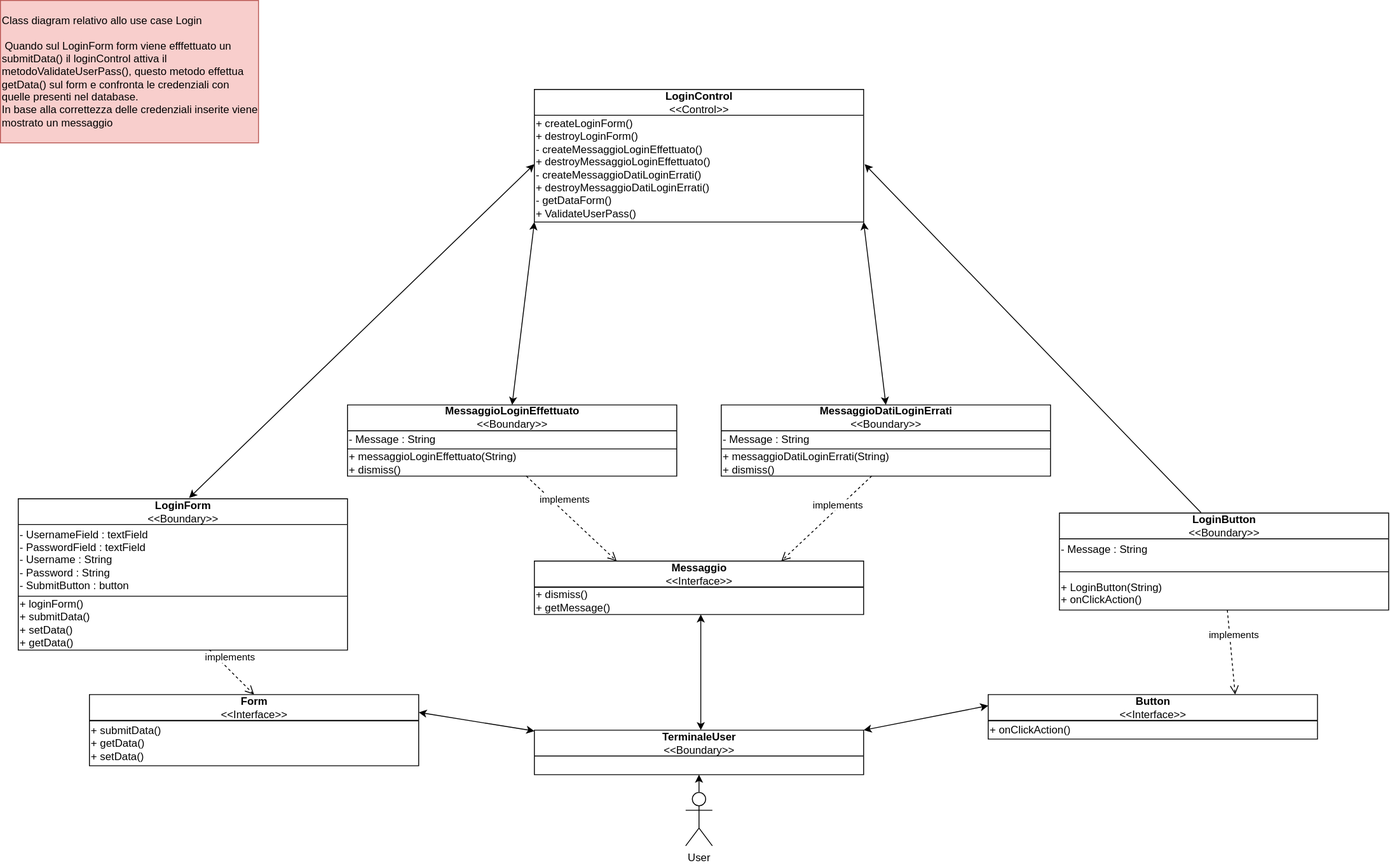
This is System Definition/Editabili/Class diagrams/.svg/Login.svg from MarcoRuta/Sistema-gestione-CCS-CTT-UnaRegione, a draw.io export, as it was before one commit. Source tidied: cells renumbered, new cells last; positions are measured from the earlier drawing's top-left corner, leaving out a move shared by most shapes. Source of this version:
```xml
<mxGraphModel>
  <root>
    <mxCell id="0" />
    <mxCell id="1" parent="0" />
    <mxCell id="2" value="LoginControl&lt;br&gt;&lt;span style=&quot;font-weight: 400&quot;&gt;&amp;lt;&amp;lt;Control&amp;gt;&amp;gt;&lt;/span&gt;" style="swimlane;fontStyle=1;align=center;verticalAlign=middle;horizontal=1;startSize=29;html=1;" parent="1" vertex="1">
      <mxGeometry x="600" y="100" width="370" height="149" as="geometry" />
    </mxCell>
    <mxCell id="3" value="+ createLoginForm()&lt;br&gt;+ destroyLoginForm()&lt;br&gt;- createMessaggioLoginEffettuato()&lt;br&gt;+ destroyMessaggioLoginEffettuato()&lt;br&gt;- createMessaggioDatiLoginErrati()&lt;br&gt;+ destroyMessaggioDatiLoginErrati()&lt;br&gt;- getDataForm()&lt;br&gt;+ ValidateUserPass()" style="text;html=1;align=left;verticalAlign=middle;points=[];" parent="2" vertex="1">
      <mxGeometry y="29" width="370" height="120" as="geometry" />
    </mxCell>
    <mxCell id="4" value="LoginForm&lt;br&gt;&lt;span style=&quot;font-weight: 400&quot;&gt;&amp;lt;&amp;lt;Boundary&amp;gt;&amp;gt;&lt;/span&gt;" style="swimlane;fontStyle=1;align=center;verticalAlign=middle;horizontal=1;startSize=29;html=1;" parent="1" vertex="1">
      <mxGeometry x="20" y="560" width="370" height="170" as="geometry" />
    </mxCell>
    <mxCell id="5" value="- UsernameField : textField&lt;br&gt;- PasswordField : textField&lt;br&gt;- Username : String&lt;br&gt;- Password : String&lt;br&gt;- SubmitButton : button" style="text;html=1;align=left;verticalAlign=middle;" parent="4" vertex="1">
      <mxGeometry y="29" width="370" height="80" as="geometry" />
    </mxCell>
    <mxCell id="6" style="line;strokeWidth=1;fillColor=none;align=left;verticalAlign=middle;spacingTop=-1;spacingLeft=3;spacingRight=3;labelPosition=right;" parent="4" vertex="1">
      <mxGeometry y="109" width="370" height="1" as="geometry" />
    </mxCell>
    <mxCell id="7" value="&lt;div&gt;&lt;span&gt;+ loginForm()&lt;/span&gt;&lt;/div&gt;&lt;div&gt;&lt;span&gt;+ submitData()&lt;/span&gt;&lt;/div&gt;&lt;div&gt;&lt;span&gt;+ setData()&lt;/span&gt;&lt;/div&gt;&lt;div&gt;&lt;span&gt;+ getData()&lt;/span&gt;&lt;/div&gt;" style="text;html=1;align=left;verticalAlign=middle;points=[];" parent="4" vertex="1">
      <mxGeometry y="110" width="370" height="60" as="geometry" />
    </mxCell>
    <mxCell id="8" value="TerminaleUser&lt;br&gt;&lt;span style=&quot;font-weight: 400&quot;&gt;&amp;lt;&amp;lt;Boundary&amp;gt;&amp;gt;&lt;/span&gt;" style="swimlane;fontStyle=1;align=center;verticalAlign=middle;horizontal=1;startSize=29;html=1;" parent="1" vertex="1">
      <mxGeometry x="600" y="820" width="370" height="50" as="geometry" />
    </mxCell>
    <mxCell id="9" value="LoginButton&lt;br&gt;&lt;span style=&quot;font-weight: 400&quot;&gt;&amp;lt;&amp;lt;Boundary&amp;gt;&amp;gt;&lt;/span&gt;" style="swimlane;fontStyle=1;align=center;verticalAlign=middle;horizontal=1;startSize=29;html=1;" parent="1" vertex="1">
      <mxGeometry x="1190" y="576" width="370" height="109" as="geometry" />
    </mxCell>
    <mxCell id="10" value="- Message : String&lt;br&gt;&lt;br&gt;&lt;br&gt;+ LoginButton(String)&lt;br&gt;+ onClickAction()" style="text;html=1;align=left;verticalAlign=middle;points=[];" parent="9" vertex="1">
      <mxGeometry y="29" width="370" height="80" as="geometry" />
    </mxCell>
    <mxCell id="11" style="endArrow=none;html=1;" parent="9" edge="1">
      <mxGeometry relative="1" as="geometry">
        <mxPoint y="66" as="sourcePoint" />
        <mxPoint x="370" y="66" as="targetPoint" />
      </mxGeometry>
    </mxCell>
    <mxCell id="12" value="MessaggioLoginEffettuato&lt;br&gt;&lt;span style=&quot;font-weight: 400&quot;&gt;&amp;lt;&amp;lt;Boundary&amp;gt;&amp;gt;&lt;/span&gt;" style="swimlane;fontStyle=1;align=center;verticalAlign=middle;horizontal=1;startSize=29;html=1;" parent="1" vertex="1">
      <mxGeometry x="390" y="454.5" width="370" height="80" as="geometry" />
    </mxCell>
    <mxCell id="13" value="- Message : String" style="text;html=1;align=left;verticalAlign=middle;" parent="12" vertex="1">
      <mxGeometry y="29" width="370" height="20" as="geometry" />
    </mxCell>
    <mxCell id="14" style="line;strokeWidth=1;fillColor=none;align=left;verticalAlign=middle;spacingTop=-1;spacingLeft=3;spacingRight=3;labelPosition=right;" parent="12" vertex="1">
      <mxGeometry y="49" width="370" height="1" as="geometry" />
    </mxCell>
    <mxCell id="15" value="+ messaggioLoginEffettuato(String)&lt;br&gt;+ dismiss()" style="text;html=1;align=left;verticalAlign=middle;points=[];" parent="12" vertex="1">
      <mxGeometry y="50" width="370" height="30" as="geometry" />
    </mxCell>
    <mxCell id="16" value="MessaggioDatiLoginErrati&lt;br&gt;&lt;span style=&quot;font-weight: 400&quot;&gt;&amp;lt;&amp;lt;Boundary&amp;gt;&amp;gt;&lt;/span&gt;" style="swimlane;fontStyle=1;align=center;verticalAlign=middle;horizontal=1;startSize=29;html=1;" parent="1" vertex="1">
      <mxGeometry x="810" y="454.5" width="370" height="80" as="geometry" />
    </mxCell>
    <mxCell id="17" value="- Message : String" style="text;html=1;align=left;verticalAlign=middle;" parent="16" vertex="1">
      <mxGeometry y="29" width="370" height="20" as="geometry" />
    </mxCell>
    <mxCell id="18" style="line;strokeWidth=1;fillColor=none;align=left;verticalAlign=middle;spacingTop=-1;spacingLeft=3;spacingRight=3;labelPosition=right;" parent="16" vertex="1">
      <mxGeometry y="49" width="370" height="1" as="geometry" />
    </mxCell>
    <mxCell id="19" value="&lt;div&gt;+ messaggioDatiLoginErrati(String)&lt;/div&gt;&lt;div&gt;+ dismiss()&lt;/div&gt;" style="text;html=1;align=left;verticalAlign=middle;points=[];" parent="16" vertex="1">
      <mxGeometry y="50" width="370" height="30" as="geometry" />
    </mxCell>
    <mxCell id="20" value="Messaggio&lt;br&gt;&lt;span style=&quot;font-weight: 400&quot;&gt;&amp;lt;&amp;lt;Interface&amp;gt;&amp;gt;&lt;/span&gt;" style="swimlane;fontStyle=1;align=center;verticalAlign=middle;horizontal=1;startSize=29;html=1;" parent="1" vertex="1">
      <mxGeometry x="600" y="630" width="370" height="60" as="geometry" />
    </mxCell>
    <mxCell id="21" style="line;strokeWidth=1;fillColor=none;align=left;verticalAlign=middle;spacingTop=-1;spacingLeft=3;spacingRight=3;labelPosition=right;" parent="20" vertex="1">
      <mxGeometry y="29" width="370" height="1" as="geometry" />
    </mxCell>
    <mxCell id="22" value="+ dismiss()&lt;br&gt;+ getMessage()" style="text;html=1;align=left;verticalAlign=middle;" parent="20" vertex="1">
      <mxGeometry y="30" width="370" height="30" as="geometry" />
    </mxCell>
    <mxCell id="23" value="implements" style="html=1;verticalAlign=bottom;endArrow=open;dashed=1;endSize=8;entryX=0.75;entryY=0;entryDx=0;entryDy=0;" parent="1" edge="1" source="19" target="20">
      <mxGeometry x="-0.2" y="4" relative="1" as="geometry" />
    </mxCell>
    <mxCell id="24" style="edgeStyle=orthogonalEdgeStyle;rounded=0;jettySize=auto;html=1;exitX=0.5;exitY=0;exitDx=0;exitDy=0;exitPerimeter=0;entryX=0.5;entryY=1;entryDx=0;entryDy=0;" parent="1" edge="1" source="25" target="8">
      <mxGeometry relative="1" as="geometry" />
    </mxCell>
    <mxCell id="25" value="User" style="shape=umlActor;verticalLabelPosition=bottom;verticalAlign=top;html=1;" parent="1" vertex="1">
      <mxGeometry x="770" y="890" width="30" height="60" as="geometry" />
    </mxCell>
    <mxCell id="26" style="endArrow=classic;html=1;entryX=0.5;entryY=0;entryDx=0;entryDy=0;startArrow=classic;startFill=1;" parent="1" edge="1" target="16">
      <mxGeometry relative="1" as="geometry">
        <mxPoint x="970" y="249" as="sourcePoint" />
      </mxGeometry>
    </mxCell>
    <mxCell id="27" style="endArrow=classic;html=1;entryX=1.003;entryY=0.458;entryDx=0;entryDy=0;entryPerimeter=0;exitX=0.43;exitY=-0.004;exitDx=0;exitDy=0;exitPerimeter=0;" parent="1" edge="1" source="9" target="3">
      <mxGeometry relative="1" as="geometry" />
    </mxCell>
    <mxCell id="28" style="endArrow=classic;html=1;entryX=0.5;entryY=0;entryDx=0;entryDy=0;startArrow=classic;startFill=1;" parent="1" edge="1" target="12">
      <mxGeometry relative="1" as="geometry">
        <mxPoint x="600" y="249" as="sourcePoint" />
      </mxGeometry>
    </mxCell>
    <mxCell id="29" style="endArrow=classic;html=1;entryX=0.519;entryY=-0.006;entryDx=0;entryDy=0;exitX=1.005;exitY=0.458;exitDx=0;exitDy=0;exitPerimeter=0;entryPerimeter=0;startArrow=classic;startFill=1;" parent="1" edge="1" target="4">
      <mxGeometry relative="1" as="geometry">
        <mxPoint x="600" y="184" as="sourcePoint" />
      </mxGeometry>
    </mxCell>
    <mxCell id="30" value="implements" style="html=1;verticalAlign=bottom;endArrow=open;dashed=1;endSize=8;entryX=0.25;entryY=0;entryDx=0;entryDy=0;" parent="1" edge="1" source="15" target="20">
      <mxGeometry x="-0.2" y="4" relative="1" as="geometry" />
    </mxCell>
    <mxCell id="31" style="endArrow=classic;startArrow=classic;html=1;entryX=0;entryY=0.25;entryDx=0;entryDy=0;" parent="1" edge="1" target="34">
      <mxGeometry relative="1" as="geometry">
        <mxPoint x="970" y="820" as="sourcePoint" />
      </mxGeometry>
    </mxCell>
    <mxCell id="32" style="endArrow=classic;startArrow=classic;html=1;" parent="1" edge="1">
      <mxGeometry relative="1" as="geometry">
        <mxPoint x="787" y="820" as="sourcePoint" />
        <mxPoint x="787" y="690" as="targetPoint" />
      </mxGeometry>
    </mxCell>
    <mxCell id="33" style="endArrow=classic;startArrow=classic;html=1;exitX=0.25;exitY=0;exitDx=0;exitDy=0;entryX=1;entryY=0.25;entryDx=0;entryDy=0;" parent="1" edge="1" target="37">
      <mxGeometry relative="1" as="geometry">
        <mxPoint x="600" y="821" as="sourcePoint" />
      </mxGeometry>
    </mxCell>
    <mxCell id="34" value="Button&lt;br&gt;&lt;span style=&quot;font-weight: 400&quot;&gt;&amp;lt;&amp;lt;Interface&amp;gt;&amp;gt;&lt;/span&gt;" style="swimlane;fontStyle=1;align=center;verticalAlign=middle;horizontal=1;startSize=29;html=1;" parent="1" vertex="1">
      <mxGeometry x="1110" y="780" width="370" height="50" as="geometry" />
    </mxCell>
    <mxCell id="35" style="line;strokeWidth=1;fillColor=none;align=left;verticalAlign=middle;spacingTop=-1;spacingLeft=3;spacingRight=3;labelPosition=right;" parent="34" vertex="1">
      <mxGeometry y="29" width="370" height="1" as="geometry" />
    </mxCell>
    <mxCell id="36" value="+ onClickAction()" style="text;html=1;align=left;verticalAlign=middle;" parent="34" vertex="1">
      <mxGeometry y="30" width="370" height="20" as="geometry" />
    </mxCell>
    <mxCell id="37" value="Form&lt;br&gt;&lt;span style=&quot;font-weight: 400&quot;&gt;&amp;lt;&amp;lt;Interface&amp;gt;&amp;gt;&lt;/span&gt;" style="swimlane;fontStyle=1;align=center;verticalAlign=middle;horizontal=1;startSize=29;html=1;" parent="1" vertex="1">
      <mxGeometry x="100" y="780" width="370" height="80" as="geometry" />
    </mxCell>
    <mxCell id="38" style="line;strokeWidth=1;fillColor=none;align=left;verticalAlign=middle;spacingTop=-1;spacingLeft=3;spacingRight=3;labelPosition=right;" parent="37" vertex="1">
      <mxGeometry y="29" width="370" height="1" as="geometry" />
    </mxCell>
    <mxCell id="39" value="+ submitData()&lt;br&gt;+ getData()&lt;br&gt;+ setData()" style="text;html=1;align=left;verticalAlign=middle;" parent="37" vertex="1">
      <mxGeometry y="30" width="370" height="50" as="geometry" />
    </mxCell>
    <mxCell id="40" value="implements" style="html=1;verticalAlign=bottom;endArrow=open;dashed=1;endSize=8;entryX=0.75;entryY=0;entryDx=0;entryDy=0;" parent="1" edge="1" source="10" target="34">
      <mxGeometry x="-0.2" y="4" relative="1" as="geometry" />
    </mxCell>
    <mxCell id="41" value="implements" style="html=1;verticalAlign=bottom;endArrow=open;dashed=1;endSize=8;entryX=0.5;entryY=0;entryDx=0;entryDy=0;" parent="1" edge="1" source="7" target="37">
      <mxGeometry x="-0.2" y="4" relative="1" as="geometry" />
    </mxCell>
    <mxCell id="42" value="Class diagram relativo allo use case Login&lt;br&gt;&lt;br&gt;&amp;nbsp;Quando sul LoginForm form viene efffettuato un submitData() il loginControl attiva il metodoValidateUserPass(), questo metodo effettua getData() sul form e confronta le credenziali con quelle presenti nel database.&lt;br&gt;In base alla correttezza delle credenziali inserite viene mostrato un messaggio" style="text;html=1;strokeColor=#b85450;fillColor=#f8cecc;align=left;verticalAlign=middle;whiteSpace=wrap;rounded=0;" parent="1" vertex="1">
      <mxGeometry width="290" height="160" as="geometry" />
    </mxCell>
  </root>
</mxGraphModel>
```
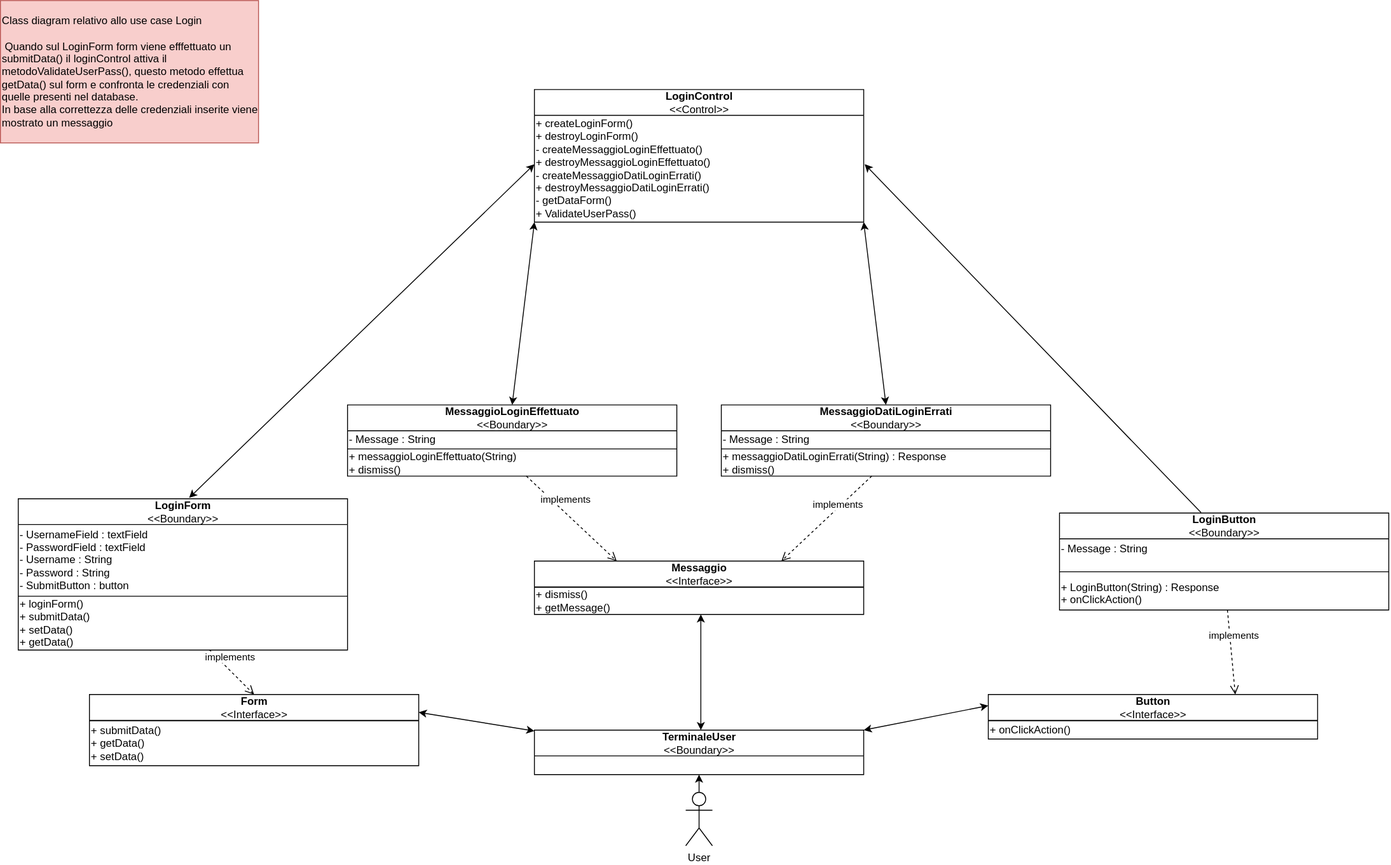
Above is the later version.

Diff of the diagram source:
```diff
@@ -26,7 +26,7 @@
     <mxCell id="9" value="LoginButton&lt;br&gt;&lt;span style=&quot;font-weight: 400&quot;&gt;&amp;lt;&amp;lt;Boundary&amp;gt;&amp;gt;&lt;/span&gt;" style="swimlane;fontStyle=1;align=center;verticalAlign=middle;horizontal=1;startSize=29;html=1;" parent="1" vertex="1">
       <mxGeometry x="1190" y="576" width="370" height="109" as="geometry" />
     </mxCell>
-    <mxCell id="10" value="- Message : String&lt;br&gt;&lt;br&gt;&lt;br&gt;+ LoginButton(String)&lt;br&gt;+ onClickAction()" style="text;html=1;align=left;verticalAlign=middle;points=[];" parent="9" vertex="1">
+    <mxCell id="10" value="- Message : String&lt;br&gt;&lt;br&gt;&lt;br&gt;+ LoginButton(String) : Response&lt;br&gt;+ onClickAction()" style="text;html=1;align=left;verticalAlign=middle;points=[];" parent="9" vertex="1">
       <mxGeometry y="29" width="370" height="80" as="geometry" />
     </mxCell>
     <mxCell id="11" style="endArrow=none;html=1;" parent="9" edge="1">
@@ -56,7 +56,7 @@
     <mxCell id="18" style="line;strokeWidth=1;fillColor=none;align=left;verticalAlign=middle;spacingTop=-1;spacingLeft=3;spacingRight=3;labelPosition=right;" parent="16" vertex="1">
       <mxGeometry y="49" width="370" height="1" as="geometry" />
     </mxCell>
-    <mxCell id="19" value="&lt;div&gt;+ messaggioDatiLoginErrati(String)&lt;/div&gt;&lt;div&gt;+ dismiss()&lt;/div&gt;" style="text;html=1;align=left;verticalAlign=middle;points=[];" parent="16" vertex="1">
+    <mxCell id="19" value="&lt;div&gt;+ messaggioDatiLoginErrati(String) : Response&lt;/div&gt;&lt;div&gt;+ dismiss()&lt;/div&gt;" style="text;html=1;align=left;verticalAlign=middle;points=[];" parent="16" vertex="1">
       <mxGeometry y="50" width="370" height="30" as="geometry" />
     </mxCell>
     <mxCell id="20" value="Messaggio&lt;br&gt;&lt;span style=&quot;font-weight: 400&quot;&gt;&amp;lt;&amp;lt;Interface&amp;gt;&amp;gt;&lt;/span&gt;" style="swimlane;fontStyle=1;align=center;verticalAlign=middle;horizontal=1;startSize=29;html=1;" parent="1" vertex="1">
```
